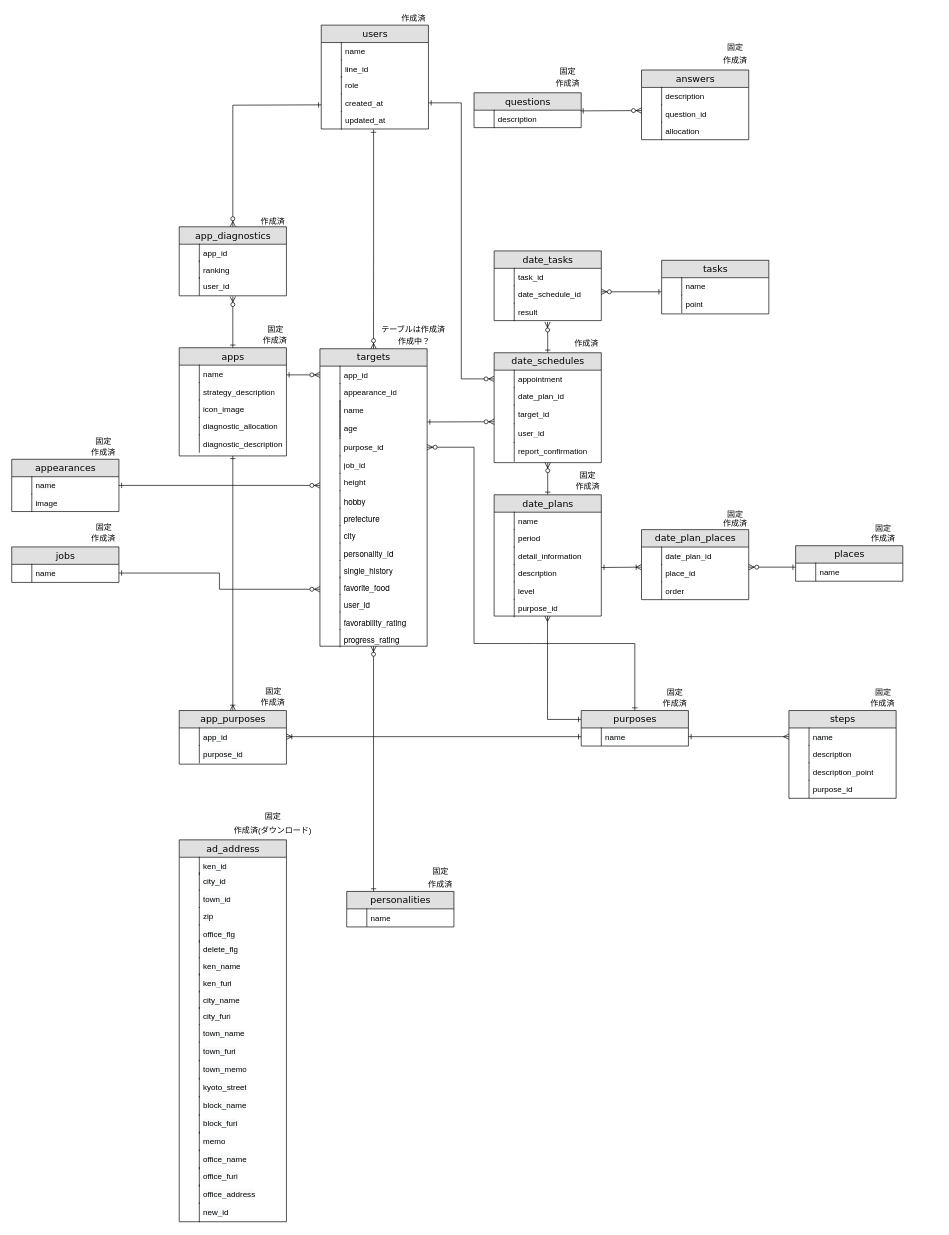
Before: Untitled Diagram.drawio in kstar0102/ryuki0102, a draw.io diagram. Source tidied: cells renumbered, new cells numbered last; positions are measured from the earlier drawing's top-left corner, leaving out a move shared by most shapes. Both pictures are drawn from the tidied source at 67%, with x=0, y=0 at pixel (11, 11).
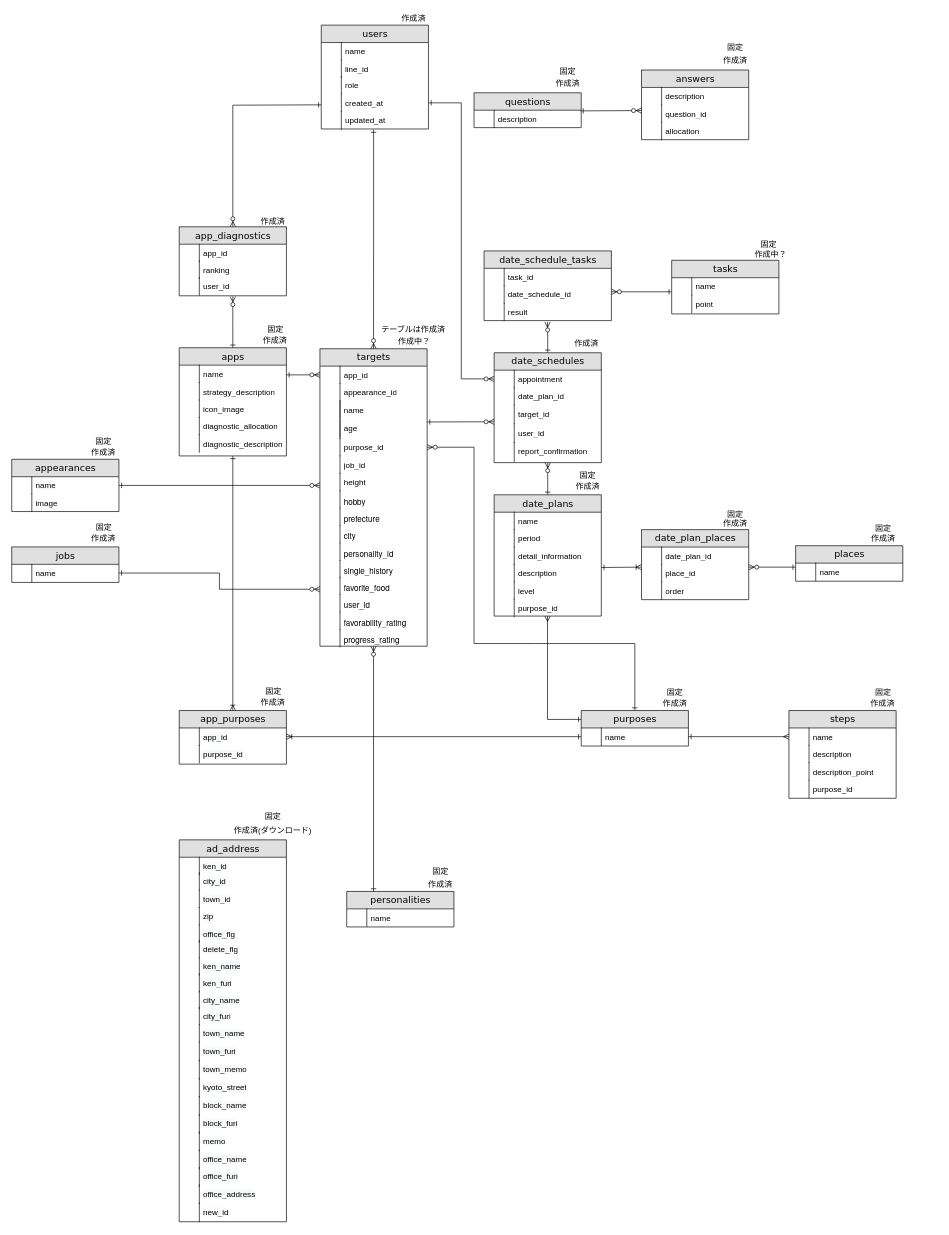
Above is the later version.

Diff of the diagram source:
```diff
@@
-    <mxCell id="111" value="date_tasks" style="swimlane;html=1;fontStyle=0;horizontal=1;startSize=26;fillColor=#e0e0e0;swimlaneFillColor=#ffffff;align=center;rounded=0;shadow=0;comic=0;labelBackgroundColor=none;strokeWidth=1;fontFamily=Verdana;fontSize=14;" parent="1" vertex="1">
-      <mxGeometry x="720" y="357" width="160" height="104" as="geometry" />
+    <mxCell id="111" value="date_schedule_tasks" style="swimlane;html=1;fontStyle=0;horizontal=1;startSize=26;fillColor=#e0e0e0;swimlaneFillColor=#ffffff;align=center;rounded=0;shadow=0;comic=0;labelBackgroundColor=none;strokeWidth=1;fontFamily=Verdana;fontSize=14;" parent="1" vertex="1">
+      <mxGeometry x="705" y="357" width="190" height="104" as="geometry" />
     </mxCell>
     <mxCell id="112" value="task_id" style="shape=partialRectangle;top=0;left=0;right=0;bottom=0;html=1;align=left;verticalAlign=top;fillColor=none;spacingLeft=34;spacingRight=4;whiteSpace=wrap;overflow=hidden;" parent="111" vertex="1">
-      <mxGeometry y="26" width="160" height="26" as="geometry" />
+      <mxGeometry y="26" width="190" height="26" as="geometry" />
     </mxCell>
@@
     <mxCell id="114" value="date_schedule_id" style="shape=partialRectangle;top=0;left=0;right=0;bottom=0;html=1;align=left;verticalAlign=top;fillColor=none;spacingLeft=34;spacingRight=4;whiteSpace=wrap;overflow=hidden;" parent="111" vertex="1">
-      <mxGeometry y="52" width="160" height="26" as="geometry" />
+      <mxGeometry y="52" width="190" height="26" as="geometry" />
     </mxCell>
@@
     <mxCell id="116" value="result" style="shape=partialRectangle;top=0;left=0;right=0;bottom=0;html=1;align=left;verticalAlign=top;fillColor=none;spacingLeft=34;spacingRight=4;whiteSpace=wrap;overflow=hidden;" parent="111" vertex="1">
-      <mxGeometry y="78" width="160" height="26" as="geometry" />
+      <mxGeometry y="78" width="190" height="26" as="geometry" />
     </mxCell>
@@
     <mxCell id="118" style="edgeStyle=orthogonalEdgeStyle;rounded=0;orthogonalLoop=1;jettySize=auto;html=1;startArrow=ERone;startFill=0;endArrow=ERzeroToMany;endFill=1;" parent="1" edge="1">
       <mxGeometry relative="1" as="geometry">
-        <mxPoint x="970" y="418" as="sourcePoint" />
-        <mxPoint x="880" y="418" as="targetPoint" />
+        <mxPoint x="985" y="418" as="sourcePoint" />
+        <mxPoint x="895" y="418" as="targetPoint" />
       </mxGeometry>
     </mxCell>
     <mxCell id="119" value="tasks" style="swimlane;html=1;fontStyle=0;horizontal=1;startSize=26;fillColor=#e0e0e0;swimlaneFillColor=#ffffff;align=center;rounded=0;shadow=0;comic=0;labelBackgroundColor=none;strokeWidth=1;fontFamily=Verdana;fontSize=14;" parent="1" vertex="1">
-      <mxGeometry x="970" y="371" width="160" height="80" as="geometry" />
+      <mxGeometry x="985" y="371" width="160" height="80" as="geometry" />
     </mxCell>
@@
     <mxCell id="122" value="point" style="shape=partialRectangle;top=0;left=0;right=0;bottom=0;html=1;align=left;verticalAlign=top;fillColor=none;spacingLeft=34;spacingRight=4;whiteSpace=wrap;overflow=hidden;" parent="1" vertex="1">
-      <mxGeometry x="970" y="423" width="160" height="26" as="geometry" />
+      <mxGeometry x="985" y="423" width="160" height="26" as="geometry" />
     </mxCell>
@@
+    <mxCell id="244" value="固定" style="text;html=1;strokeColor=none;fillColor=none;align=center;verticalAlign=middle;whiteSpace=wrap;rounded=0;" parent="1" vertex="1">
+      <mxGeometry x="1110" y="337" width="40" height="20" as="geometry" />
+    </mxCell>
+    <mxCell id="245" value="作成中？" style="text;html=1;strokeColor=none;fillColor=none;align=center;verticalAlign=middle;whiteSpace=wrap;rounded=0;" parent="1" vertex="1">
+      <mxGeometry x="1089" y="352" width="88" height="20" as="geometry" />
+    </mxCell>
```
